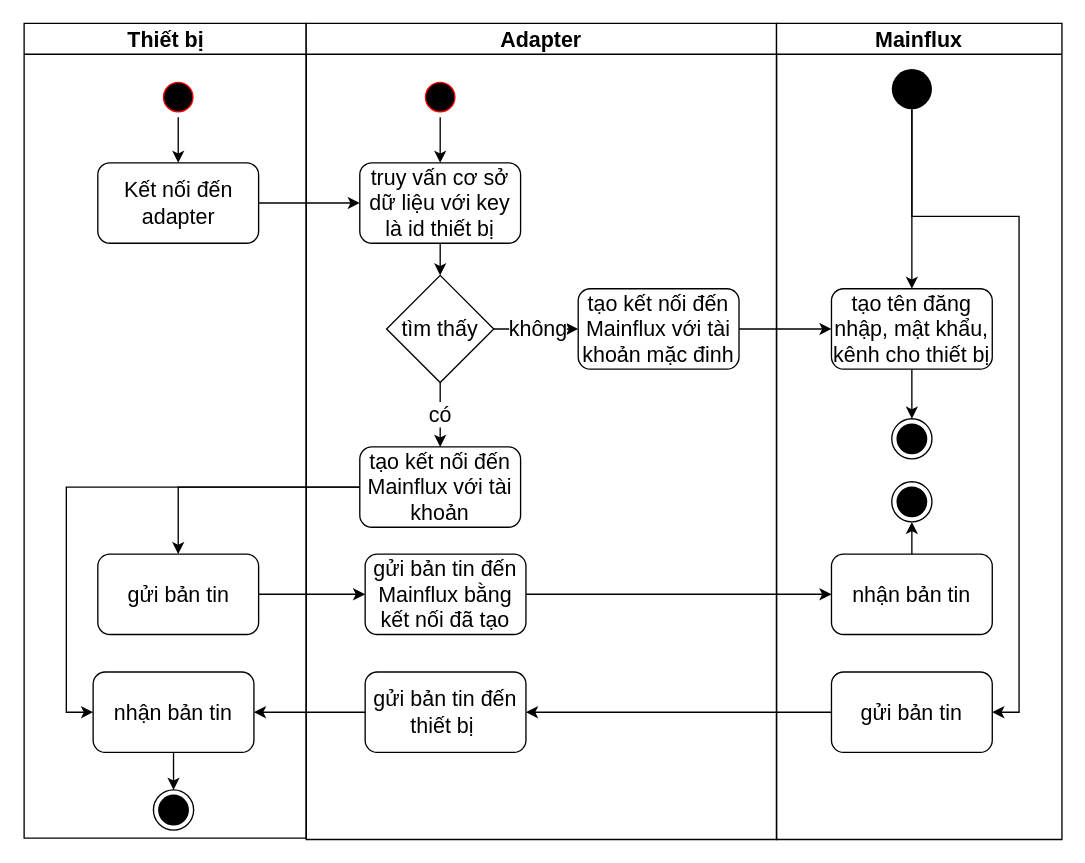
Before: images/Untitled Diagram.drawio in linhabc/mqtt_adapter_nodejs, a draw.io diagram. Source tidied: cells renumbered, new cells numbered last; positions are measured from the earlier drawing's top-left corner, leaving out a move shared by most shapes. Both pictures are drawn from the tidied source at 134%, with x=0, y=0 at pixel (23, 23).
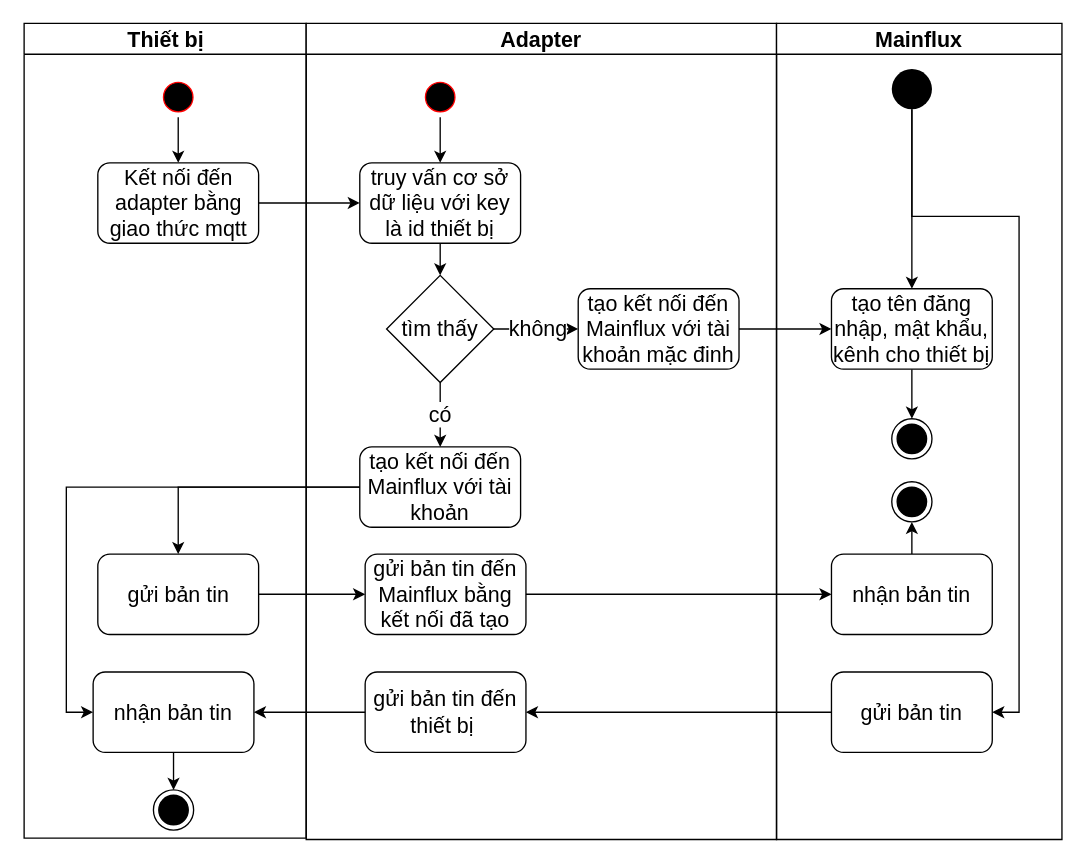
The same page after the edit.

Unchanged cells that the change refers to:
```xml
<mxCell id="2" value="Thiết bị" style="swimlane;whiteSpace=wrap;fontSize=16;" parent="1" vertex="1">
  <mxGeometry x="0.5" width="210.5" height="608" as="geometry" />
</mxCell>
```

The edit, as a diff of the source:
```diff
@@
-    <mxCell id="5" value="Kết nối đến adapter" style="rounded=1;whiteSpace=wrap;html=1;fontSize=16;" parent="2" vertex="1">
+    <mxCell id="5" value="Kết nối đến adapter bằng giao thức mqtt" style="rounded=1;whiteSpace=wrap;html=1;fontSize=16;" parent="2" vertex="1">
       <mxGeometry x="55" y="104" width="120" height="60" as="geometry" />
     </mxCell>
```
